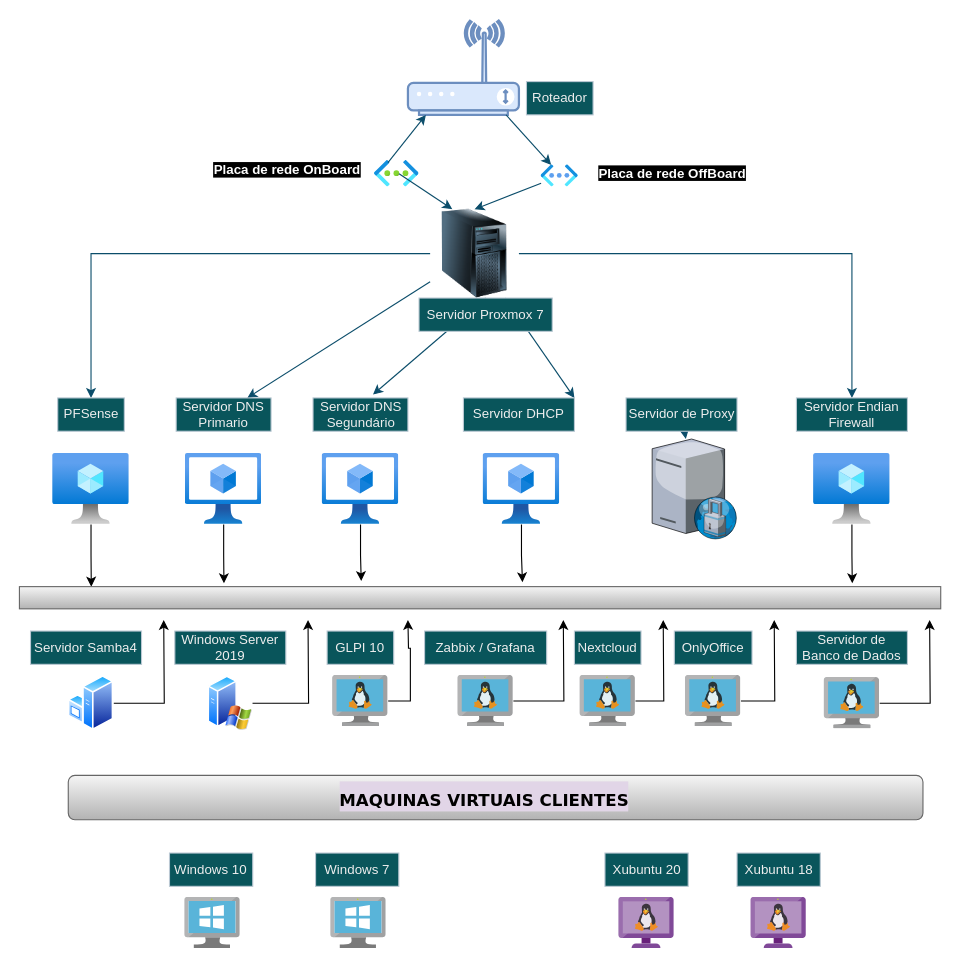
washigtonpa/SERVIDOR_LOCAL_PROXMOX keeps this draw.io diagram as Diagrama do sevidor local-proxmox7.drawio. Above is the earlier version. Source tidied: cells renumbered, new cells numbered last; positions are measured from the earlier drawing's top-left corner, leaving out a move shared by most shapes. Both pictures are drawn from the tidied source at 111%, with x=0, y=0 at pixel (19, 20).
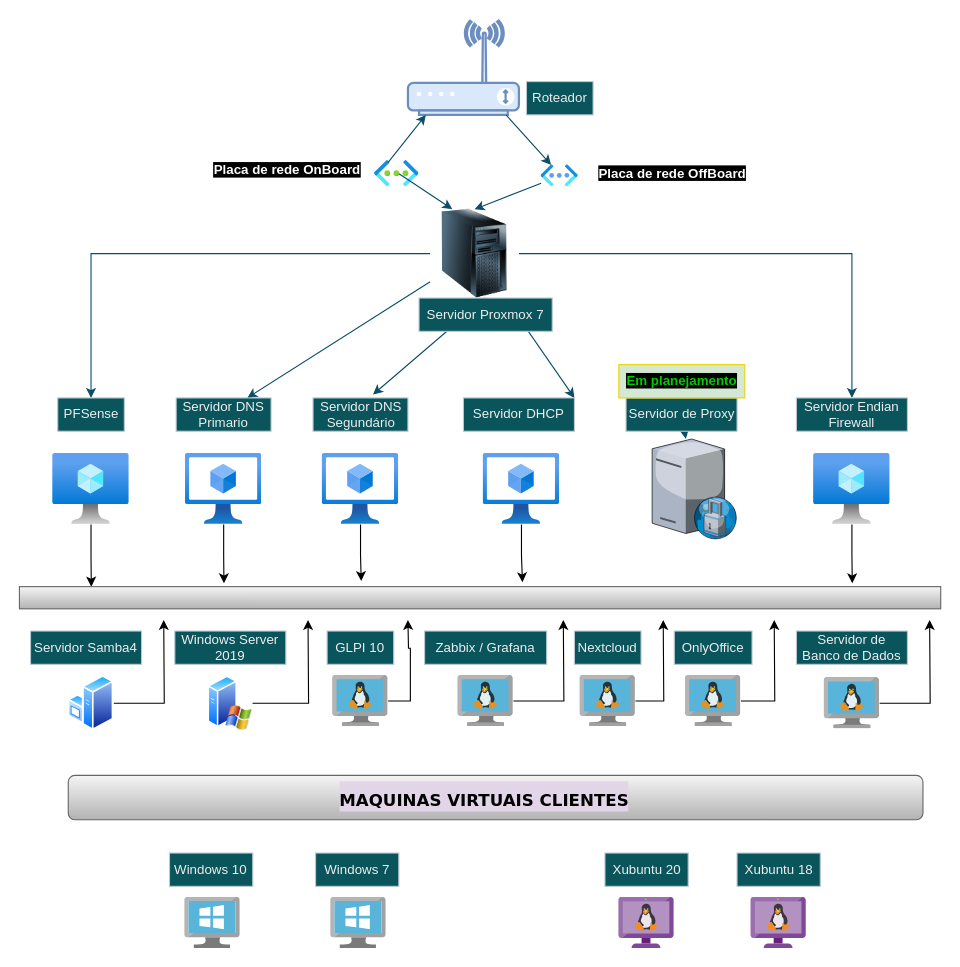
Above is the later version.

Change to the diagram source:
```diff
@@
+    <mxCell id="69" value="&lt;font color=&quot;#00cc00&quot; style=&quot;background-color: rgb(0, 0, 0);&quot;&gt;Em planejamento&lt;/font&gt;" style="text;align=center;html=1;verticalAlign=middle;whiteSpace=wrap;rounded=0;fontStyle=1;fillColor=#d5e8d4;strokeColor=#edd400;" parent="1" vertex="1">
+      <mxGeometry x="540" y="310" width="113.5" height="30" as="geometry" />
+    </mxCell>
```
